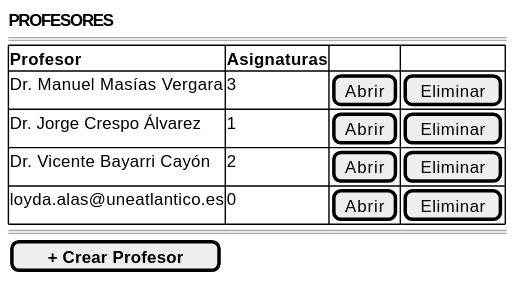
Earlier version of the PlantUML export images/RUP/01-requisitos/03-detalle-casos-uso/abrirProfesores/wireframe.svg (mmasias/pyCeldaPublico).
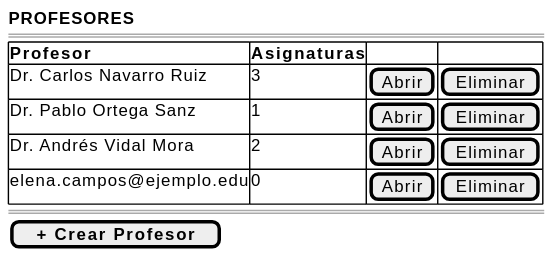
The same file after the commit.

What changed in the source:
```diff
@@ -4,10 +4,10 @@
     ====
     {#
         <b>Profesor | <b>Asignaturas | . | .
-        Dr. Manuel Masías Vergara | 3 | [Abrir] | [Eliminar]
-        Dr. Jorge Crespo Álvarez | 1 | [Abrir] | [Eliminar]
-        Dr. Vicente Bayarri Cayón | 2 | [Abrir] | [Eliminar]
-        loyda.alas@uneatlantico.es | 0 | [Abrir] | [Eliminar]
+        Dr. Carlos Navarro Ruiz | 3 | [Abrir] | [Eliminar]
+        Dr. Pablo Ortega Sanz | 1 | [Abrir] | [Eliminar]
+        Dr. Andrés Vidal Mora | 2 | [Abrir] | [Eliminar]
+        elena.campos@ejemplo.edu | 0 | [Abrir] | [Eliminar]
     }
     ====
     [ <b>+ Crear Profesor</b> ]
```
